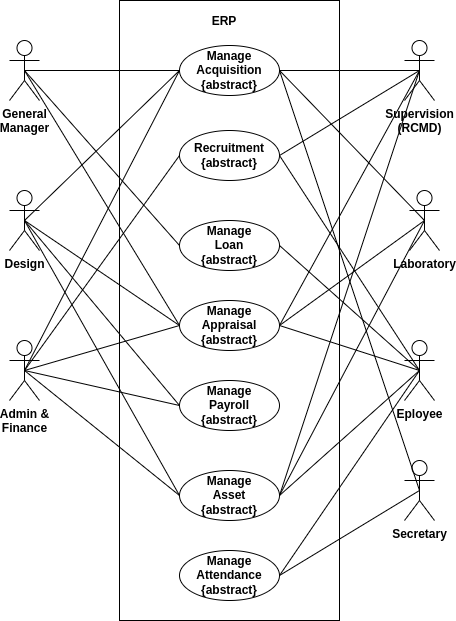
Above: stadia/system-documentation/usecases/top_level_usecase.drawio.png in Simonbelete/odoo-modules (draw.io), before the change. Source tidied: cells renumbered, new cells last; positions are measured from the earlier drawing's top-left corner, leaving out a move shared by most shapes.
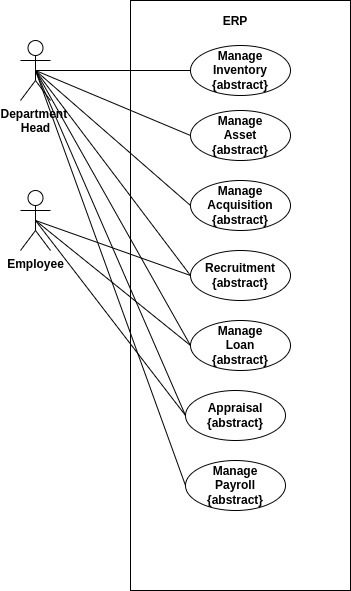
Above is the later version.

Diff of the diagram source:
```diff
@@ -3,7 +3,7 @@
     <mxCell id="0" />
     <mxCell id="1" parent="0" />
     <mxCell id="2" style="rounded=0;whiteSpace=wrap;html=1;" parent="1" vertex="1">
-      <mxGeometry x="110" width="220" height="620" as="geometry" />
+      <mxGeometry x="110" width="220" height="590" as="geometry" />
     </mxCell>
     <mxCell id="3" value="ERP" style="text;html=1;strokeColor=none;fillColor=none;align=center;verticalAlign=middle;whiteSpace=wrap;rounded=0;fontStyle=1;" parent="1" vertex="1">
       <mxGeometry x="140" y="10" width="150" height="21" as="geometry" />
@@ -11,122 +11,59 @@
     <mxCell id="4" style="edgeStyle=none;jettySize=auto;html=1;exitX=0.5;exitY=0.5;exitDx=0;exitDy=0;exitPerimeter=0;entryX=0;entryY=0.5;entryDx=0;entryDy=0;endArrow=none;" parent="1" edge="1" source="5" target="6">
       <mxGeometry relative="1" as="geometry" />
     </mxCell>
-    <mxCell id="5" value="General&lt;br&gt;Manager" style="shape=umlActor;verticalLabelPosition=bottom;labelBackgroundColor=#ffffff;verticalAlign=top;html=1;outlineConnect=0;fontStyle=1;" parent="1" vertex="1">
+    <mxCell id="5" value="Department &lt;br&gt;Head" style="shape=umlActor;verticalLabelPosition=bottom;labelBackgroundColor=#ffffff;verticalAlign=top;html=1;outlineConnect=0;fontStyle=1;" parent="1" vertex="1">
       <mxGeometry y="40" width="30" height="60" as="geometry" />
     </mxCell>
-    <mxCell id="6" value="Manage Acquisition&lt;br&gt;{abstract}" style="ellipse;whiteSpace=wrap;html=1;fontStyle=1;labelBackgroundColor=none;labelBorderColor=none;" parent="1" vertex="1">
+    <mxCell id="6" value="Manage&lt;br&gt;Inventory&lt;br&gt;{abstract}" style="ellipse;whiteSpace=wrap;html=1;fontStyle=1;labelBackgroundColor=none;labelBorderColor=none;" parent="1" vertex="1">
       <mxGeometry x="170" y="45" width="100" height="50" as="geometry" />
     </mxCell>
-    <mxCell id="7" value="Supervision&lt;br&gt;(RCMD)" style="shape=umlActor;verticalLabelPosition=bottom;labelBackgroundColor=#ffffff;verticalAlign=top;html=1;outlineConnect=0;fontStyle=1;" parent="1" vertex="1">
-      <mxGeometry x="395" y="40" width="30" height="60" as="geometry" />
-    </mxCell>
-    <mxCell id="8" value="Design&lt;br&gt;" style="shape=umlActor;verticalLabelPosition=bottom;labelBackgroundColor=#ffffff;verticalAlign=top;html=1;outlineConnect=0;fontStyle=1;" parent="1" vertex="1">
-      <mxGeometry y="190" width="30" height="60" as="geometry" />
-    </mxCell>
-    <mxCell id="9" value="Laboratory" style="shape=umlActor;verticalLabelPosition=bottom;labelBackgroundColor=#ffffff;verticalAlign=top;html=1;outlineConnect=0;fontStyle=1;" parent="1" vertex="1">
-      <mxGeometry x="400" y="190" width="30" height="60" as="geometry" />
-    </mxCell>
-    <mxCell id="10" style="edgeStyle=none;jettySize=auto;html=1;exitX=0.5;exitY=0.5;exitDx=0;exitDy=0;exitPerimeter=0;endArrow=none;entryX=0;entryY=0.5;entryDx=0;entryDy=0;" parent="1" edge="1" source="8" target="6">
-      <mxGeometry relative="1" as="geometry" />
-    </mxCell>
-    <mxCell id="11" style="edgeStyle=none;jettySize=auto;html=1;exitX=0.5;exitY=0.5;exitDx=0;exitDy=0;exitPerimeter=0;endArrow=none;entryX=1;entryY=0.5;entryDx=0;entryDy=0;" parent="1" edge="1" source="9" target="6">
-      <mxGeometry relative="1" as="geometry" />
-    </mxCell>
-    <mxCell id="12" value="Admin &amp;amp;&lt;br&gt;Finance" style="shape=umlActor;verticalLabelPosition=bottom;labelBackgroundColor=#ffffff;verticalAlign=top;html=1;outlineConnect=0;fontStyle=1;" parent="1" vertex="1">
-      <mxGeometry y="340" width="30" height="60" as="geometry" />
-    </mxCell>
-    <mxCell id="13" style="edgeStyle=none;jettySize=auto;html=1;exitX=0.5;exitY=0.5;exitDx=0;exitDy=0;exitPerimeter=0;endArrow=none;entryX=0;entryY=0.5;entryDx=0;entryDy=0;" parent="1" edge="1" source="12" target="6">
-      <mxGeometry relative="1" as="geometry" />
-    </mxCell>
-    <mxCell id="14" style="edgeStyle=none;jettySize=auto;html=1;exitX=0.5;exitY=0.5;exitDx=0;exitDy=0;exitPerimeter=0;endArrow=none;entryX=1;entryY=0.5;entryDx=0;entryDy=0;" parent="1" edge="1" source="7" target="6">
-      <mxGeometry relative="1" as="geometry" />
-    </mxCell>
+    <mxCell id="26" value="Manage&lt;br&gt;Asset&lt;br&gt;{abstract}" style="ellipse;whiteSpace=wrap;html=1;fontStyle=1;labelBackgroundColor=none;labelBorderColor=none;" parent="1" vertex="1">
+      <mxGeometry x="170" y="110" width="100" height="50" as="geometry" />
+    </mxCell>
+    <mxCell id="44" style="edgeStyle=none;jettySize=auto;html=1;exitX=0.5;exitY=0.5;exitDx=0;exitDy=0;exitPerimeter=0;entryX=0;entryY=0.5;entryDx=0;entryDy=0;endArrow=none;" parent="1" edge="1" source="5" target="26">
+      <mxGeometry relative="1" as="geometry" />
+    </mxCell>
+    <mxCell id="45" value="Manage Acquisition&lt;br&gt;{abstract}" style="ellipse;whiteSpace=wrap;html=1;fontStyle=1;labelBackgroundColor=none;labelBorderColor=none;" parent="1" vertex="1">
+      <mxGeometry x="170" y="180" width="100" height="50" as="geometry" />
+    </mxCell>
     <mxCell id="15" value="Recruitment&lt;br&gt;{abstract}" style="ellipse;whiteSpace=wrap;html=1;fontStyle=1;labelBackgroundColor=none;labelBorderColor=none;" parent="1" vertex="1">
-      <mxGeometry x="170" y="130" width="100" height="50" as="geometry" />
+      <mxGeometry x="170" y="250" width="100" height="50" as="geometry" />
     </mxCell>
-    <mxCell id="16" style="edgeStyle=none;jettySize=auto;html=1;exitX=0.5;exitY=0.5;exitDx=0;exitDy=0;exitPerimeter=0;endArrow=none;entryX=0;entryY=0.5;entryDx=0;entryDy=0;" parent="1" edge="1" source="12" target="15">
-      <mxGeometry relative="1" as="geometry" />
-    </mxCell>
-    <mxCell id="17" value="Eployee" style="shape=umlActor;verticalLabelPosition=bottom;labelBackgroundColor=#ffffff;verticalAlign=top;html=1;outlineConnect=0;fontStyle=1;" parent="1" vertex="1">
-      <mxGeometry x="395" y="340" width="30" height="60" as="geometry" />
-    </mxCell>
-    <mxCell id="18" style="edgeStyle=none;jettySize=auto;html=1;exitX=0.5;exitY=0.5;exitDx=0;exitDy=0;exitPerimeter=0;endArrow=none;entryX=1;entryY=0.5;entryDx=0;entryDy=0;" parent="1" edge="1" source="17" target="15">
-      <mxGeometry relative="1" as="geometry" />
-    </mxCell>
-    <mxCell id="19" style="edgeStyle=none;jettySize=auto;html=1;exitX=0.5;exitY=0.5;exitDx=0;exitDy=0;exitPerimeter=0;endArrow=none;entryX=1;entryY=0.5;entryDx=0;entryDy=0;" parent="1" edge="1" source="7" target="15">
-      <mxGeometry relative="1" as="geometry" />
-    </mxCell>
+    <mxCell id="46" value="Employee" style="shape=umlActor;verticalLabelPosition=bottom;labelBackgroundColor=#ffffff;verticalAlign=top;html=1;outlineConnect=0;fontStyle=1;" parent="1" vertex="1">
+      <mxGeometry y="190" width="30" height="60" as="geometry" />
+    </mxCell>
+    <mxCell id="47" style="edgeStyle=none;jettySize=auto;html=1;exitX=0.5;exitY=0.5;exitDx=0;exitDy=0;exitPerimeter=0;entryX=0;entryY=0.5;entryDx=0;entryDy=0;endArrow=none;" parent="1" edge="1" source="5" target="45">
+      <mxGeometry relative="1" as="geometry" />
+    </mxCell>
+    <mxCell id="48" style="edgeStyle=none;jettySize=auto;html=1;exitX=0.5;exitY=0.5;exitDx=0;exitDy=0;exitPerimeter=0;entryX=0;entryY=0.5;entryDx=0;entryDy=0;endArrow=none;" parent="1" edge="1" source="5" target="15">
+      <mxGeometry relative="1" as="geometry" />
+    </mxCell>
+    <mxCell id="49" style="edgeStyle=none;jettySize=auto;html=1;exitX=0.5;exitY=0.5;exitDx=0;exitDy=0;exitPerimeter=0;endArrow=none;entryX=0;entryY=0.5;entryDx=0;entryDy=0;" parent="1" edge="1" source="46" target="15">
+      <mxGeometry relative="1" as="geometry" />
+    </mxCell>
     <mxCell id="20" value="Manage&lt;br&gt;Loan&lt;br&gt;{abstract}" style="ellipse;whiteSpace=wrap;html=1;fontStyle=1;labelBackgroundColor=none;labelBorderColor=none;" parent="1" vertex="1">
-      <mxGeometry x="170" y="220" width="100" height="50" as="geometry" />
+      <mxGeometry x="170" y="320" width="100" height="50" as="geometry" />
     </mxCell>
-    <mxCell id="21" style="edgeStyle=none;jettySize=auto;html=1;exitX=0.5;exitY=0.5;exitDx=0;exitDy=0;exitPerimeter=0;endArrow=none;entryX=1;entryY=0.5;entryDx=0;entryDy=0;" parent="1" edge="1" source="17" target="20">
-      <mxGeometry relative="1" as="geometry" />
-    </mxCell>
     <mxCell id="22" style="edgeStyle=none;jettySize=auto;html=1;exitX=0.5;exitY=0.5;exitDx=0;exitDy=0;exitPerimeter=0;entryX=0;entryY=0.5;entryDx=0;entryDy=0;endArrow=none;" parent="1" edge="1" source="5" target="20">
       <mxGeometry relative="1" as="geometry" />
     </mxCell>
+    <mxCell id="50" style="edgeStyle=none;jettySize=auto;html=1;exitX=0.5;exitY=0.5;exitDx=0;exitDy=0;exitPerimeter=0;endArrow=none;entryX=0;entryY=0.5;entryDx=0;entryDy=0;" parent="1" edge="1" source="46" target="20">
+      <mxGeometry relative="1" as="geometry" />
+    </mxCell>
+    <mxCell id="51" value="Appraisal&lt;br&gt;{abstract}" style="ellipse;whiteSpace=wrap;html=1;fontStyle=1;labelBackgroundColor=none;labelBorderColor=none;" parent="1" vertex="1">
+      <mxGeometry x="165" y="390" width="100" height="50" as="geometry" />
+    </mxCell>
+    <mxCell id="52" style="edgeStyle=none;jettySize=auto;html=1;exitX=0.5;exitY=0.5;exitDx=0;exitDy=0;exitPerimeter=0;entryX=0;entryY=0.5;entryDx=0;entryDy=0;endArrow=none;" parent="1" edge="1" source="5" target="51">
+      <mxGeometry relative="1" as="geometry" />
+    </mxCell>
+    <mxCell id="53" style="edgeStyle=none;jettySize=auto;html=1;exitX=0.5;exitY=0.5;exitDx=0;exitDy=0;exitPerimeter=0;endArrow=none;entryX=0;entryY=0.5;entryDx=0;entryDy=0;" parent="1" edge="1" source="46" target="51">
+      <mxGeometry relative="1" as="geometry" />
+    </mxCell>
     <mxCell id="23" value="Manage&lt;br&gt;Payroll&lt;br&gt;{abstract}" style="ellipse;whiteSpace=wrap;html=1;fontStyle=1;labelBackgroundColor=none;labelBorderColor=none;" parent="1" vertex="1">
-      <mxGeometry x="170" y="380" width="100" height="50" as="geometry" />
+      <mxGeometry x="165" y="460" width="100" height="50" as="geometry" />
     </mxCell>
-    <mxCell id="24" style="edgeStyle=none;jettySize=auto;html=1;exitX=0.5;exitY=0.5;exitDx=0;exitDy=0;exitPerimeter=0;endArrow=none;entryX=0;entryY=0.5;entryDx=0;entryDy=0;" parent="1" edge="1" source="12" target="23">
-      <mxGeometry relative="1" as="geometry" />
-    </mxCell>
-    <mxCell id="25" style="edgeStyle=none;jettySize=auto;html=1;exitX=0.5;exitY=0.5;exitDx=0;exitDy=0;exitPerimeter=0;entryX=0;entryY=0.5;entryDx=0;entryDy=0;endArrow=none;" parent="1" edge="1" source="8" target="23">
-      <mxGeometry relative="1" as="geometry" />
-    </mxCell>
-    <mxCell id="26" value="Manage&lt;br&gt;Asset&lt;br&gt;{abstract}" style="ellipse;whiteSpace=wrap;html=1;fontStyle=1;labelBackgroundColor=none;labelBorderColor=none;" parent="1" vertex="1">
-      <mxGeometry x="170" y="470" width="100" height="50" as="geometry" />
-    </mxCell>
-    <mxCell id="27" style="edgeStyle=none;jettySize=auto;html=1;exitX=0.5;exitY=0.5;exitDx=0;exitDy=0;exitPerimeter=0;entryX=0;entryY=0.5;entryDx=0;entryDy=0;endArrow=none;" parent="1" edge="1" source="8" target="26">
-      <mxGeometry relative="1" as="geometry" />
-    </mxCell>
-    <mxCell id="28" style="edgeStyle=none;jettySize=auto;html=1;exitX=0.5;exitY=0.5;exitDx=0;exitDy=0;exitPerimeter=0;endArrow=none;entryX=0;entryY=0.5;entryDx=0;entryDy=0;" parent="1" edge="1" source="12" target="26">
-      <mxGeometry relative="1" as="geometry" />
-    </mxCell>
-    <mxCell id="29" style="edgeStyle=none;jettySize=auto;html=1;endArrow=none;entryX=1;entryY=0.5;entryDx=0;entryDy=0;exitX=0.5;exitY=0.5;exitDx=0;exitDy=0;exitPerimeter=0;" parent="1" edge="1" source="7" target="26">
-      <mxGeometry relative="1" as="geometry" />
-    </mxCell>
-    <mxCell id="30" style="edgeStyle=none;jettySize=auto;html=1;endArrow=none;entryX=1;entryY=0.5;entryDx=0;entryDy=0;exitX=0.5;exitY=0.5;exitDx=0;exitDy=0;exitPerimeter=0;" parent="1" edge="1" source="9" target="26">
-      <mxGeometry relative="1" as="geometry" />
-    </mxCell>
-    <mxCell id="31" style="edgeStyle=none;jettySize=auto;html=1;endArrow=none;entryX=1;entryY=0.5;entryDx=0;entryDy=0;exitX=0.5;exitY=0.5;exitDx=0;exitDy=0;exitPerimeter=0;" parent="1" edge="1" source="17" target="26">
-      <mxGeometry relative="1" as="geometry" />
-    </mxCell>
-    <mxCell id="32" value="Manage&lt;br&gt;Attendance&lt;br&gt;{abstract}" style="ellipse;whiteSpace=wrap;html=1;fontStyle=1;labelBackgroundColor=none;labelBorderColor=none;" parent="1" vertex="1">
-      <mxGeometry x="170" y="550" width="100" height="50" as="geometry" />
-    </mxCell>
-    <mxCell id="33" value="Secretary" style="shape=umlActor;verticalLabelPosition=bottom;labelBackgroundColor=#ffffff;verticalAlign=top;html=1;outlineConnect=0;fontStyle=1;" parent="1" vertex="1">
-      <mxGeometry x="395" y="460" width="30" height="60" as="geometry" />
-    </mxCell>
-    <mxCell id="34" value="Manage&lt;br&gt;Appraisal&lt;br&gt;{abstract}" style="ellipse;whiteSpace=wrap;html=1;fontStyle=1;labelBackgroundColor=none;labelBorderColor=none;" parent="1" vertex="1">
-      <mxGeometry x="170" y="300" width="100" height="50" as="geometry" />
-    </mxCell>
-    <mxCell id="35" style="edgeStyle=none;jettySize=auto;html=1;endArrow=none;entryX=1;entryY=0.5;entryDx=0;entryDy=0;exitX=0.5;exitY=0.5;exitDx=0;exitDy=0;exitPerimeter=0;" parent="1" edge="1" source="17" target="32">
-      <mxGeometry relative="1" as="geometry" />
-    </mxCell>
-    <mxCell id="36" style="edgeStyle=none;jettySize=auto;html=1;endArrow=none;entryX=1;entryY=0.5;entryDx=0;entryDy=0;exitX=0.5;exitY=0.5;exitDx=0;exitDy=0;exitPerimeter=0;" parent="1" edge="1" source="33" target="32">
-      <mxGeometry relative="1" as="geometry" />
-    </mxCell>
-    <mxCell id="37" style="edgeStyle=none;jettySize=auto;html=1;endArrow=none;entryX=1;entryY=0.5;entryDx=0;entryDy=0;exitX=0.5;exitY=0.5;exitDx=0;exitDy=0;exitPerimeter=0;" parent="1" edge="1" source="33" target="6">
-      <mxGeometry relative="1" as="geometry" />
-    </mxCell>
-    <mxCell id="38" style="edgeStyle=none;jettySize=auto;html=1;exitX=0.5;exitY=0.5;exitDx=0;exitDy=0;exitPerimeter=0;entryX=0;entryY=0.5;entryDx=0;entryDy=0;endArrow=none;" parent="1" edge="1" source="5" target="34">
-      <mxGeometry relative="1" as="geometry" />
-    </mxCell>
-    <mxCell id="39" style="edgeStyle=none;jettySize=auto;html=1;exitX=0.5;exitY=0.5;exitDx=0;exitDy=0;exitPerimeter=0;entryX=0;entryY=0.5;entryDx=0;entryDy=0;endArrow=none;" parent="1" edge="1" source="8" target="34">
-      <mxGeometry relative="1" as="geometry" />
-    </mxCell>
-    <mxCell id="40" style="edgeStyle=none;jettySize=auto;html=1;exitX=0.5;exitY=0.5;exitDx=0;exitDy=0;exitPerimeter=0;entryX=0;entryY=0.5;entryDx=0;entryDy=0;endArrow=none;" parent="1" edge="1" source="12" target="34">
-      <mxGeometry relative="1" as="geometry" />
-    </mxCell>
-    <mxCell id="41" style="edgeStyle=none;jettySize=auto;html=1;endArrow=none;entryX=1;entryY=0.5;entryDx=0;entryDy=0;exitX=0.5;exitY=0.5;exitDx=0;exitDy=0;exitPerimeter=0;" parent="1" edge="1" source="7" target="34">
-      <mxGeometry relative="1" as="geometry" />
-    </mxCell>
-    <mxCell id="42" style="edgeStyle=none;jettySize=auto;html=1;endArrow=none;entryX=1;entryY=0.5;entryDx=0;entryDy=0;exitX=0.5;exitY=0.5;exitDx=0;exitDy=0;exitPerimeter=0;" parent="1" edge="1" source="9" target="34">
-      <mxGeometry relative="1" as="geometry" />
-    </mxCell>
-    <mxCell id="43" style="edgeStyle=none;jettySize=auto;html=1;endArrow=none;entryX=1;entryY=0.5;entryDx=0;entryDy=0;exitX=0.5;exitY=0.5;exitDx=0;exitDy=0;exitPerimeter=0;" parent="1" edge="1" source="17" target="34">
-      <mxGeometry relative="1" as="geometry" />
-    </mxCell>
+    <mxCell id="54" style="edgeStyle=none;jettySize=auto;html=1;exitX=0.5;exitY=0.5;exitDx=0;exitDy=0;exitPerimeter=0;endArrow=none;entryX=0;entryY=0.5;entryDx=0;entryDy=0;" parent="1" edge="1" source="5" target="23">
+      <mxGeometry relative="1" as="geometry" />
+    </mxCell>
   </root>
 </mxGraphModel>
```
